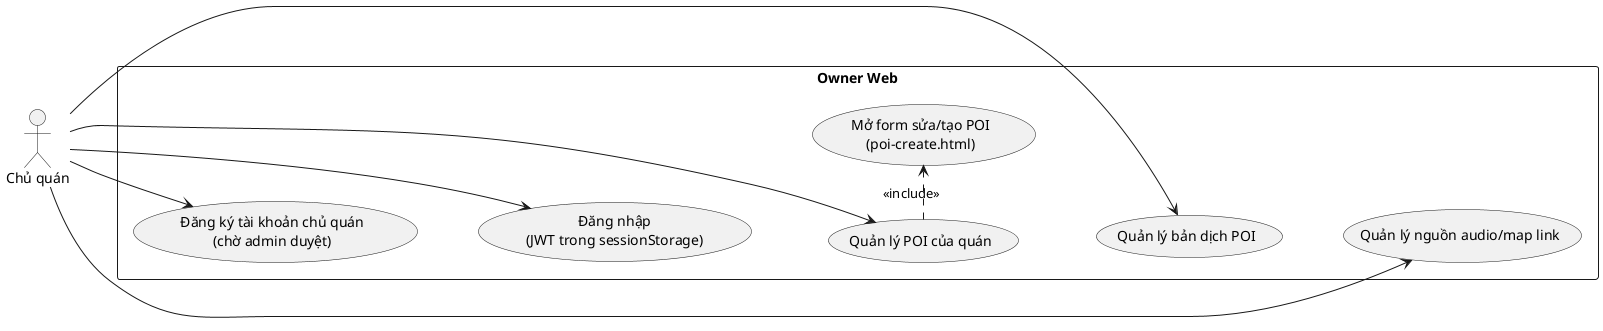
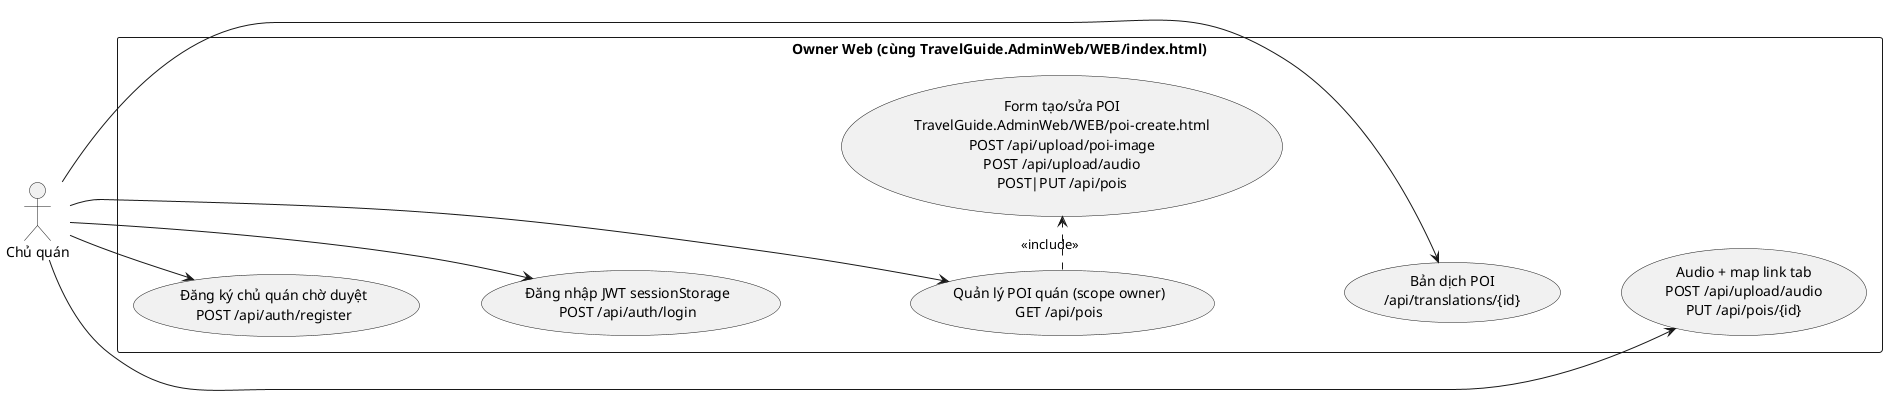
@startuml
left to right direction
skinparam shadowing false
skinparam monochrome true
actor "Chủ quán" as O
- rectangle "Owner Web" {
-   usecase "Đăng ký tài khoản chủ quán\n(chờ admin duyệt)" as O0
-   usecase "Đăng nhập\n(JWT trong sessionStorage)" as O1
-   usecase "Quản lý POI của quán" as O2
-   usecase "Mở form sửa/tạo POI\n(poi-create.html)" as O3
-   usecase "Quản lý bản dịch POI" as O4
-   usecase "Quản lý nguồn audio/map link" as O5
+ rectangle "Owner Web (cùng TravelGuide.AdminWeb/WEB/index.html)" {
+   usecase "Đăng ký chủ quán chờ duyệt\nPOST /api/auth/register" as O0
+   usecase "Đăng nhập JWT sessionStorage\nPOST /api/auth/login" as O1
+   usecase "Quản lý POI quán (scope owner)\nGET /api/pois" as O2
+   usecase "Form tạo/sửa POI\nTravelGuide.AdminWeb/WEB/poi-create.html\nPOST /api/upload/poi-image\nPOST /api/upload/audio\nPOST|PUT /api/pois" as O3
+   usecase "Bản dịch POI\n/api/translations/{id}" as O4
+   usecase "Audio + map link tab\nPOST /api/upload/audio\nPUT /api/pois/{id}" as O5
}

- ' Ep layout để gần giống sơ đồ mẫu
O0 -[hidden]down- O1
O1 -[hidden]down- O2
O2 -[hidden]down- O4
O4 -[hidden]down- O5
O2 -[hidden]right- O3

O --> O0
O --> O1
O --> O2
O --> O4
O --> O5
O2 .> O3 : <<include>>
@enduml
